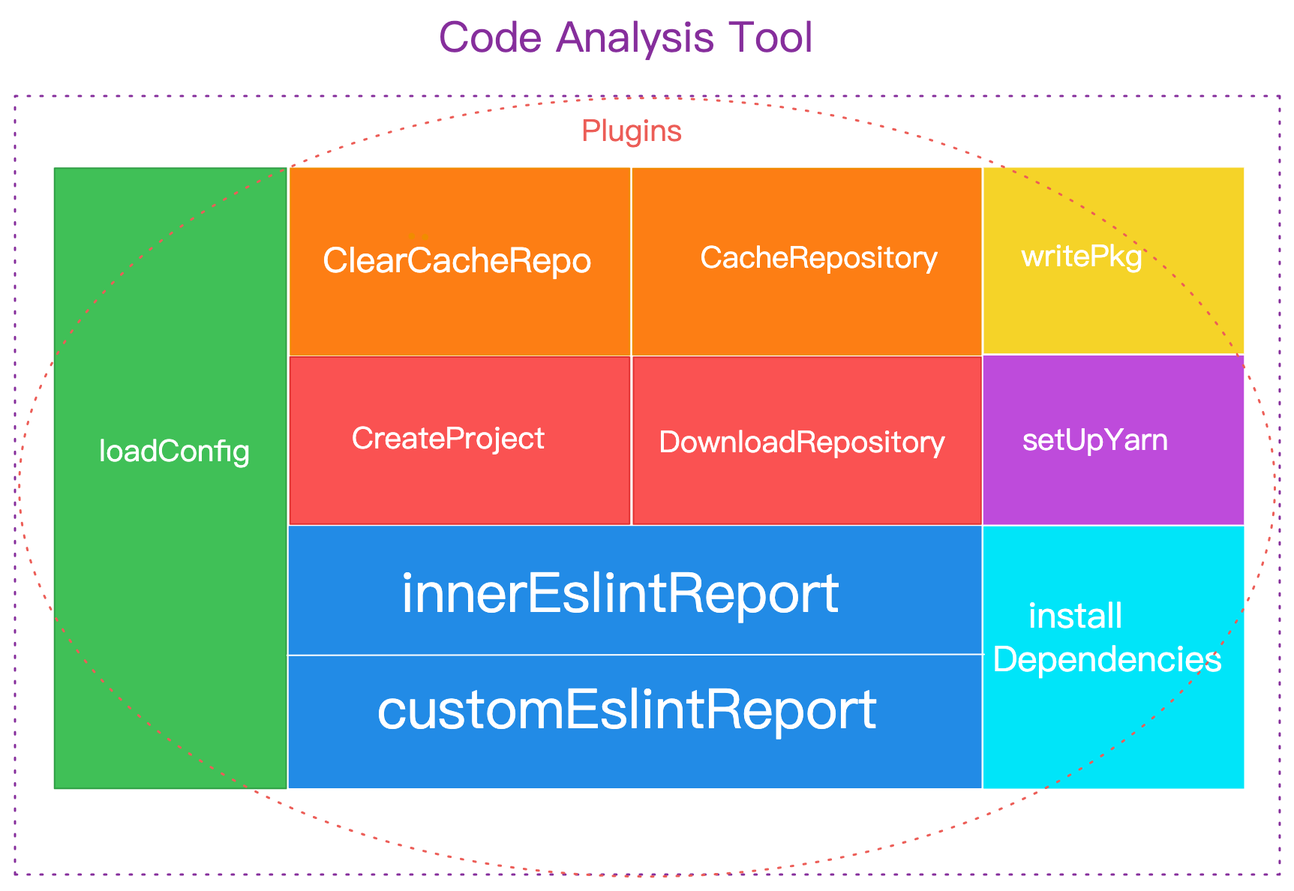
Before: src/assets/images/code-ana.png, a diagram exported from Excalidraw (yanyunchangfeng/yycf-cli). Source tidied: one line per element, renumbered; positions are measured from the earlier drawing's top-left corner, leaving out a move shared by most shapes.
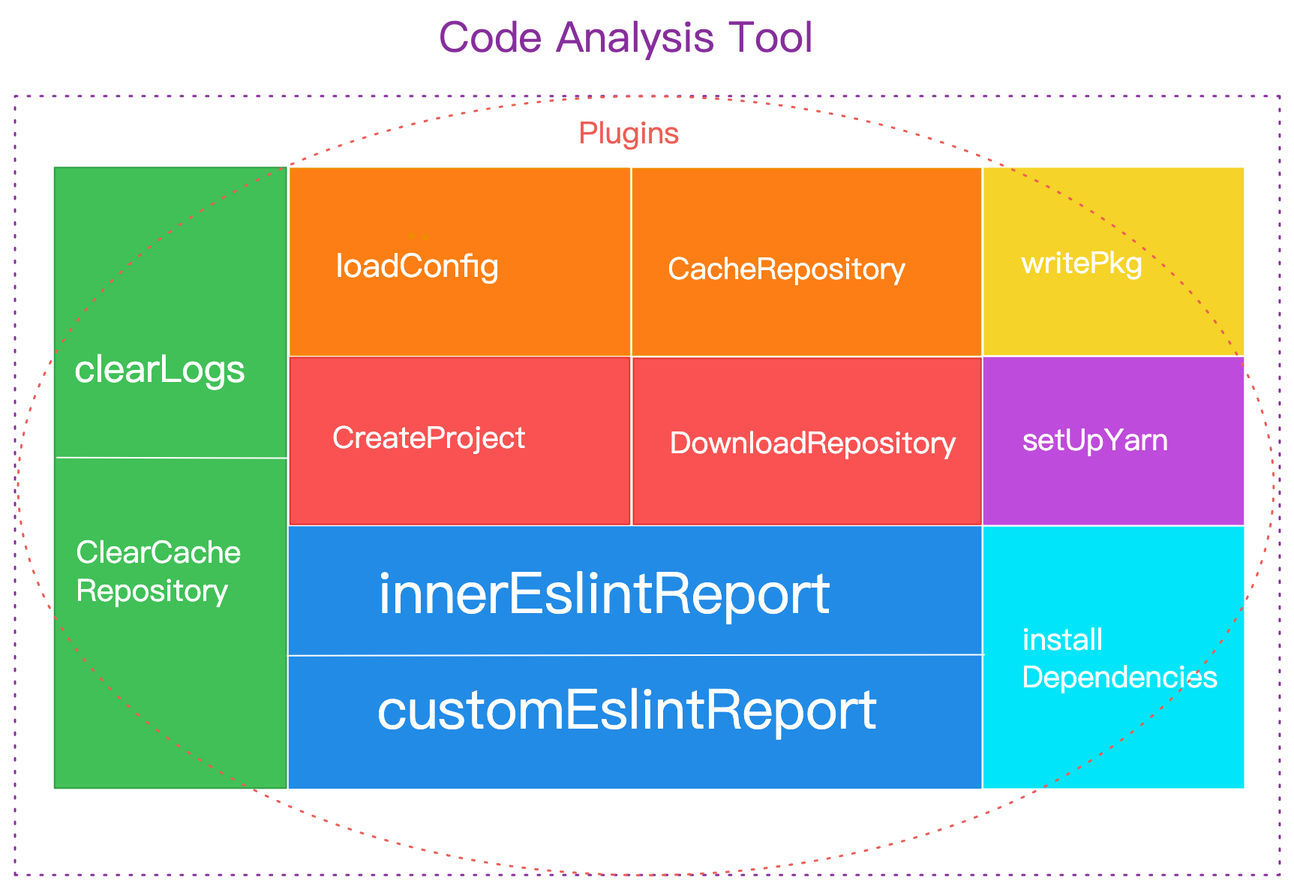
The same diagram one commit later.

Change to the diagram source:
```diff
@@ -3,9 +3,9 @@
 {"id": 2, "type": "rectangle", "strokeColor": "#e03131", "backgroundColor": "#fa5252", "fillStyle": "solid", "strokeWidth": 1, "roughness": 0, "x": 183, "y": 228, "width": 226, "height": 111}
 {"id": 3, "type": "rectangle", "strokeColor": "#862e9c", "strokeWidth": 1, "strokeStyle": "dotted", "roughness": 0, "x": 0, "y": 54, "width": 843, "height": 519}
 {"id": 4, "type": "text", "text": "Code Analysis Tool ", "strokeColor": "#862e9c", "strokeWidth": 1, "strokeStyle": "dotted", "roughness": 0, "fontSize": 28, "fontFamily": 1, "x": 283, "y": 0, "width": 275, "height": 35}
-{"id": 5, "type": "text", "text": "CreateProject", "strokeColor": "#ffffff", "backgroundColor": "#fa5252", "fillStyle": "solid", "strokeWidth": 1, "strokeStyle": "dotted", "roughness": 0, "fontSize": 20, "fontFamily": 5, "x": 225, "y": 271, "width": 129, "height": 25}
+{"id": 5, "type": "text", "text": "CreateProject", "strokeColor": "#ffffff", "backgroundColor": "#fa5252", "fillStyle": "solid", "strokeWidth": 1, "strokeStyle": "dotted", "roughness": 0, "fontSize": 20, "fontFamily": 5, "x": 212, "y": 271, "width": 129, "height": 25}
-{"id": 6, "type": "rectangle", "strokeColor": "#e03131", "backgroundColor": "#fa5252", "fillStyle": "solid", "strokeWidth": 1, "roughness": 0, "x": 412, "y": 228, "width": 232, "height": 111}
+{"id": 6, "type": "rectangle", "strokeColor": "#e03131", "backgroundColor": "#fa5252", "fillStyle": "solid", "strokeWidth": 1, "roughness": 0, "x": 412, "y": 229, "width": 232, "height": 111}
-{"id": 7, "type": "text", "text": "DownloadRepository", "strokeColor": "#ffffff", "backgroundColor": "#fa5252", "fillStyle": "solid", "strokeWidth": 1, "strokeStyle": "dotted", "roughness": 0, "fontSize": 20, "fontFamily": 5, "x": 429, "y": 274, "width": 192, "height": 25}
+{"id": 7, "type": "text", "text": "DownloadRepository", "strokeColor": "#ffffff", "backgroundColor": "#fa5252", "fillStyle": "solid", "strokeWidth": 1, "strokeStyle": "dotted", "roughness": 0, "fontSize": 20, "fontFamily": 5, "x": 436, "y": 275, "width": 192, "height": 25}
 {"id": 8, "type": "text", "text": "dddd", "strokeColor": "#228be6", "backgroundColor": "#228be6", "fillStyle": "solid", "strokeWidth": 1, "strokeStyle": "dotted", "roughness": 0, "fontSize": 20, "fontFamily": 5, "x": 339, "y": 407, "width": 49, "height": 25}
 {"id": 9, "type": "rectangle", "strokeColor": "#228be6", "backgroundColor": "#228be6", "fillStyle": "solid", "strokeWidth": 1, "strokeStyle": "dotted", "roughness": 0, "x": 333, "y": 385, "width": 86, "height": 76}
 {"id": 10, "type": "freedraw", "strokeColor": "#228be6", "backgroundColor": "#228be6", "fillStyle": "solid", "strokeWidth": 1, "strokeStyle": "dotted", "roughness": 0, "x": 364, "y": 415, "width": 0, "height": 0, "points": [[0, 0], [0, 0]]}
@@ -14,22 +14,24 @@
 {"id": 13, "type": "freedraw", "strokeColor": "#228be6", "backgroundColor": "#228be6", "fillStyle": "solid", "strokeWidth": 1, "strokeStyle": "dotted", "roughness": 0, "x": 364, "y": 415, "width": 0, "height": 0, "points": [[0, 0], [0, 0]]}
 {"id": 14, "type": "freedraw", "strokeColor": "#228be6", "backgroundColor": "#228be6", "fillStyle": "solid", "strokeWidth": 1, "strokeStyle": "dotted", "roughness": 0, "x": 364, "y": 415, "width": 0, "height": 0, "points": [[0, 0], [0, 0]]}
 {"id": 15, "type": "freedraw", "strokeColor": "#228be6", "backgroundColor": "#228be6", "fillStyle": "solid", "strokeWidth": 1, "strokeStyle": "dotted", "roughness": 0, "x": 272, "y": 402, "width": 0, "height": 0, "points": [[0, 0], [0, 0], [0, 0]]}
-{"id": 16, "type": "text", "text": "innerEslintReport", "strokeColor": "#ffffff", "backgroundColor": "#228be6", "fillStyle": "solid", "strokeWidth": 1, "strokeStyle": "dotted", "roughness": 0, "fontSize": 36.78, "fontFamily": 5, "x": 257, "y": 366, "width": 311, "height": 46}
+{"id": 16, "type": "text", "text": "innerEslintReport", "strokeColor": "#ffffff", "backgroundColor": "#228be6", "fillStyle": "solid", "strokeWidth": 1, "strokeStyle": "dotted", "roughness": 0, "fontSize": 37.94, "fontFamily": 5, "x": 242, "y": 365, "width": 304, "height": 47}
 {"id": 17, "type": "rectangle", "strokeColor": "#2f9e44", "backgroundColor": "#40c057", "fillStyle": "solid", "strokeWidth": 1, "roughness": 0, "x": 26, "y": 102, "width": 154, "height": 413}
-{"id": 18, "type": "text", "text": "loadConfig", "strokeColor": "#ffffff", "backgroundColor": "#40c057", "fillStyle": "solid", "strokeWidth": 1, "strokeStyle": "dotted", "roughness": 0, "fontSize": 20, "fontFamily": 5, "x": 56, "y": 280, "width": 101, "height": 25}
+{"id": 18, "type": "text", "text": "loadConfig", "strokeColor": "#ffffff", "backgroundColor": "#40c057", "fillStyle": "solid", "strokeWidth": 1, "strokeStyle": "dotted", "roughness": 0, "fontSize": 21.63, "fontFamily": 5, "x": 214, "y": 155, "width": 109, "height": 27}
 {"id": 19, "type": "rectangle", "strokeColor": "#f08c00", "backgroundColor": "#fd7e14", "fillStyle": "solid", "strokeWidth": 1, "roughness": 0, "x": 412, "y": 102, "width": 232, "height": 124}
 {"id": 20, "type": "freedraw", "strokeColor": "#f08c00", "backgroundColor": "#fd7e14", "fillStyle": "solid", "strokeWidth": 1, "strokeStyle": "dotted", "roughness": 0, "x": 273, "y": 148, "width": 0, "height": 0, "points": [[0, 0], [0, 0]]}
 {"id": 21, "type": "freedraw", "strokeColor": "#f08c00", "backgroundColor": "#fd7e14", "fillStyle": "solid", "strokeWidth": 1, "strokeStyle": "dotted", "roughness": 0, "x": 264, "y": 147, "width": 0, "height": 0, "points": [[0, 0], [0, 0]]}
-{"id": 22, "type": "text", "text": "ClearCacheRepo", "strokeColor": "#ffffff", "backgroundColor": "#fd7e14", "fillStyle": "solid", "strokeWidth": 1, "strokeStyle": "dotted", "roughness": 0, "fontSize": 23.02, "fontFamily": 5, "x": 205, "y": 151, "width": 179, "height": 29}
+{"id": 22, "type": "text", "text": "ClearCache\nRepository", "strokeColor": "#ffffff", "backgroundColor": "#fd7e14", "fillStyle": "solid", "strokeWidth": 1, "strokeStyle": "dotted", "roughness": 0, "fontSize": 20.42, "fontFamily": 5, "x": 41, "y": 347, "width": 129, "height": 51}
-{"id": 23, "type": "text", "text": "CacheRepository", "strokeColor": "#ffffff", "backgroundColor": "#fd7e14", "fillStyle": "solid", "strokeWidth": 1, "strokeStyle": "dotted", "roughness": 0, "fontSize": 20, "fontFamily": 5, "x": 457, "y": 151, "width": 159, "height": 25}
+{"id": 23, "type": "text", "text": "CacheRepository", "strokeColor": "#ffffff", "backgroundColor": "#fd7e14", "fillStyle": "solid", "strokeWidth": 1, "strokeStyle": "dotted", "roughness": 0, "fontSize": 20, "fontFamily": 5, "x": 435, "y": 158, "width": 159, "height": 25}
-{"id": 24, "type": "rectangle", "strokeColor": "#00e5f9", "backgroundColor": "#00e5f9", "fillStyle": "solid", "strokeWidth": 1, "roughness": 0, "x": 646, "y": 341, "width": 173, "height": 174}
+{"id": 24, "type": "rectangle", "strokeColor": "#00e5f9", "backgroundColor": "#00e5f9", "fillStyle": "solid", "strokeWidth": 1, "roughness": 0, "x": 646, "y": 341, "width": 173, "height": 173}
 {"id": 25, "type": "text", "text": "writePkg", "strokeColor": "#ffffff", "backgroundColor": "#fd7e14", "fillStyle": "solid", "strokeWidth": 1, "strokeStyle": "dotted", "roughness": 0, "fontSize": 20, "fontFamily": 5, "x": 668, "y": 151, "width": 85, "height": 25}
-{"id": 26, "type": "rectangle", "strokeColor": "#ffffff", "backgroundColor": "#be4bdb", "fillStyle": "solid", "strokeWidth": 1, "roughness": 0, "x": 645, "y": 227, "width": 175, "height": 114}
+{"id": 26, "type": "rectangle", "strokeColor": "#ffffff", "backgroundColor": "#be4bdb", "fillStyle": "solid", "strokeWidth": 1, "roughness": 0, "x": 645, "y": 227, "width": 175, "height": 113}
 {"id": 27, "type": "text", "text": "setUpYarn", "strokeColor": "#ffffff", "backgroundColor": "#be4bdb", "fillStyle": "solid", "strokeWidth": 1, "strokeStyle": "dotted", "roughness": 0, "fontSize": 20, "fontFamily": 5, "x": 672, "y": 272, "width": 97, "height": 25}
-{"id": 28, "type": "rectangle", "strokeColor": "#ffffff", "backgroundColor": "#f5d328", "fillStyle": "solid", "strokeWidth": 1, "roughness": 0, "x": 645, "y": 101, "width": 174, "height": 125}
+{"id": 28, "type": "rectangle", "strokeColor": "#ffffff", "backgroundColor": "#f5d328", "fillStyle": "solid", "strokeWidth": 1, "roughness": 0, "x": 645, "y": 101, "width": 174, "height": 126}
-{"id": 29, "type": "text", "text": "writePkg", "strokeColor": "#ffffff", "backgroundColor": "#f5d328", "fillStyle": "solid", "strokeWidth": 1, "strokeStyle": "dotted", "roughness": 0, "fontSize": 20, "fontFamily": 5, "x": 671, "y": 150, "width": 81, "height": 25}
+{"id": 29, "type": "text", "text": "writePkg", "strokeColor": "#ffffff", "backgroundColor": "#f5d328", "fillStyle": "solid", "strokeWidth": 1, "strokeStyle": "dotted", "roughness": 0, "fontSize": 20, "fontFamily": 5, "x": 671, "y": 154, "width": 81, "height": 25}
-{"id": 30, "type": "text", "text": "   install \nDependencies", "strokeColor": "#ffffff", "backgroundColor": "#00e5f9", "fillStyle": "solid", "strokeWidth": 1, "roughness": 0, "fontSize": 23.43, "fontFamily": 5, "x": 652, "y": 388, "width": 158, "height": 59}
+{"id": 30, "type": "text", "text": "install \nDependencies", "strokeColor": "#ffffff", "backgroundColor": "#00e5f9", "fillStyle": "solid", "strokeWidth": 1, "roughness": 0, "fontSize": 20, "fontFamily": 5, "x": 671, "y": 405, "width": 136, "height": 50}
-{"id": 31, "type": "text", "text": "Plugins", "strokeColor": "#ec5d57", "backgroundColor": "#00e5f9", "fillStyle": "solid", "strokeWidth": 1, "roughness": 0, "fontSize": 20, "fontFamily": 5, "x": 378, "y": 66, "width": 152, "height": 25}
+{"id": 31, "type": "text", "text": "Plugins", "strokeColor": "#ec5d57", "backgroundColor": "#00e5f9", "fillStyle": "solid", "strokeWidth": 1, "roughness": 0, "fontSize": 20, "fontFamily": 5, "x": 376, "y": 68, "width": 152, "height": 25}
-{"id": 32, "type": "ellipse", "strokeColor": "#ec5d57", "angle": 0.0, "strokeWidth": 1, "strokeStyle": "dotted", "roughness": 0, "x": 3, "y": 55, "width": 837, "height": 519}
+{"id": 32, "type": "ellipse", "strokeColor": "#ec5d57", "angle": 0.0, "strokeWidth": 1, "strokeStyle": "dotted", "roughness": 0, "x": 2, "y": 54, "width": 837, "height": 519}
-{"id": 33, "type": "text", "text": "customEslintReport", "strokeColor": "#ffffff", "backgroundColor": "#228be6", "fillStyle": "solid", "strokeWidth": 1, "strokeStyle": "dotted", "roughness": 0, "fontSize": 36.78, "fontFamily": 5, "x": 241, "y": 443, "width": 354, "height": 46}
+{"id": 33, "type": "text", "text": "customEslintReport", "strokeColor": "#ffffff", "backgroundColor": "#228be6", "fillStyle": "solid", "strokeWidth": 1, "strokeStyle": "dotted", "roughness": 0, "fontSize": 36.78, "fontFamily": 5, "x": 241, "y": 443, "width": 334, "height": 46}
 {"id": 34, "type": "line", "strokeColor": "#ffffff", "backgroundColor": "#ffffff", "fillStyle": "solid", "strokeWidth": 1, "roughness": 0, "x": 181, "y": 427, "width": 465, "height": 1, "points": [[0, 0], [465, -1]]}
+{"id": 35, "type": "text", "text": "clearLogs", "strokeColor": "#ffffff", "angle": 0.0, "backgroundColor": "#ffffff", "fillStyle": "solid", "strokeWidth": 1, "roughness": 0, "fontSize": 25.16, "fontFamily": 5, "x": 39, "y": 222, "width": 125, "height": 31}
+{"id": 36, "type": "line", "strokeColor": "#ffffff", "backgroundColor": "#ffffff", "fillStyle": "solid", "strokeWidth": 1, "roughness": 0, "x": 28, "y": 295, "width": 154, "height": 0, "points": [[0, 0], [154, 0]]}
```
